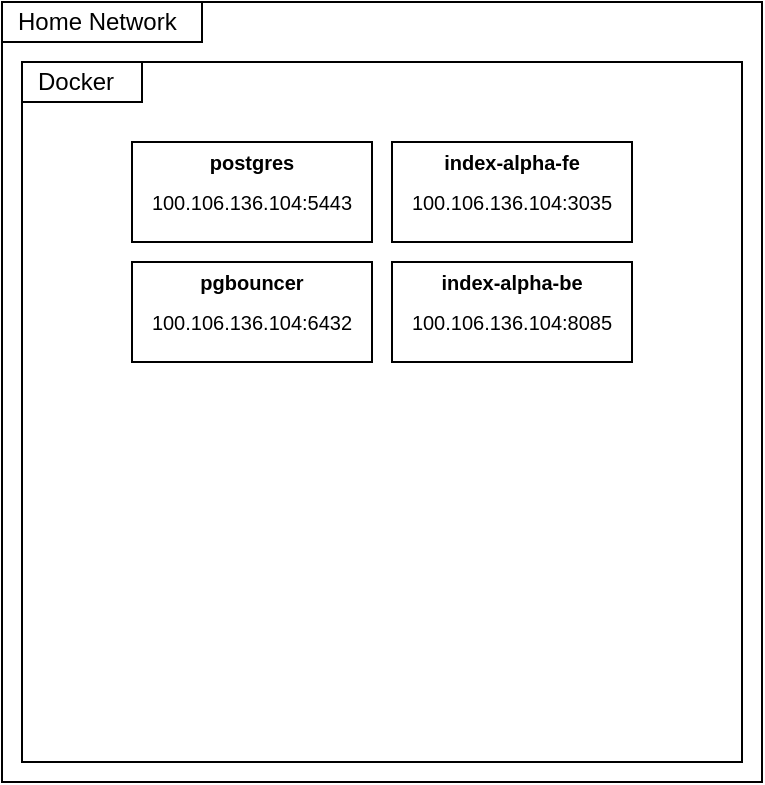
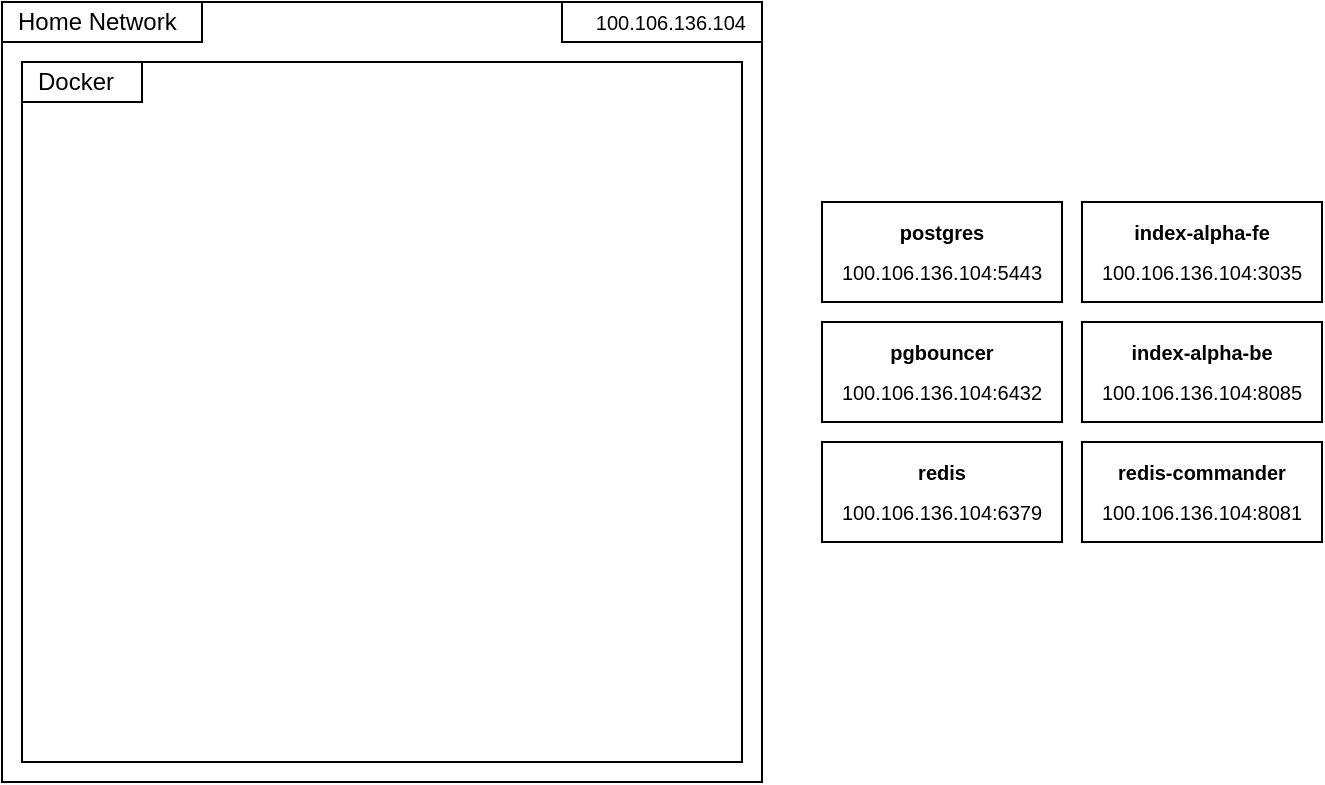
<mxfile host="app.diagrams.net">
  <diagram name="Page-1" id="EqAcxWxWpPEczBTcAObV">
-     <mxGraphModel dx="785" dy="416" grid="1" gridSize="10" guides="1" tooltips="1" connect="1" arrows="1" fold="1" page="1" pageScale="1" pageWidth="850" pageHeight="1100" math="0" shadow="0">
+     <mxGraphModel dx="947" dy="502" grid="1" gridSize="10" guides="1" tooltips="1" connect="1" arrows="1" fold="1" page="1" pageScale="1" pageWidth="850" pageHeight="1100" math="0" shadow="0">
      <root>
        <mxCell id="0" />
        <mxCell id="1" parent="0" />
        <mxCell id="tyjjsNKJ7kBHK_1WbMmb-1" parent="1" style="rounded=0;whiteSpace=wrap;html=1;" value="" vertex="1">
          <mxGeometry height="390" width="380" x="50" y="60" as="geometry" />
        </mxCell>
        <mxCell id="tyjjsNKJ7kBHK_1WbMmb-18" parent="1" style="rounded=0;whiteSpace=wrap;html=1;" value="" vertex="1">
          <mxGeometry height="350" width="360" x="60" y="90" as="geometry" />
        </mxCell>
        <mxCell id="tyjjsNKJ7kBHK_1WbMmb-3" parent="1" style="rounded=0;whiteSpace=wrap;html=1;" value="" vertex="1">
          <mxGeometry height="20" width="100" x="50" y="60" as="geometry" />
        </mxCell>
        <mxCell id="tyjjsNKJ7kBHK_1WbMmb-2" parent="1" style="text;html=1;whiteSpace=wrap;strokeColor=none;fillColor=none;align=left;verticalAlign=middle;rounded=0;spacingLeft=6;" value="Home Network" vertex="1">
          <mxGeometry height="20" width="100" x="50" y="60" as="geometry" />
        </mxCell>
        <mxCell id="tyjjsNKJ7kBHK_1WbMmb-5" parent="1" style="rounded=0;whiteSpace=wrap;html=1;" value="" vertex="1">
-           <mxGeometry height="50" width="120" x="115" y="130" as="geometry" />
+           <mxGeometry height="50" width="120" x="460" y="160" as="geometry" />
        </mxCell>
        <mxCell id="tyjjsNKJ7kBHK_1WbMmb-6" parent="1" style="text;html=1;whiteSpace=wrap;strokeColor=none;fillColor=none;align=center;verticalAlign=middle;rounded=0;fontStyle=1" value="&lt;font style=&quot;font-size: 10px;&quot;&gt;postgres&lt;/font&gt;" vertex="1">
-           <mxGeometry height="20" width="120" x="115" y="130" as="geometry" />
+           <mxGeometry height="20" width="120" x="460" y="165" as="geometry" />
        </mxCell>
        <mxCell id="tyjjsNKJ7kBHK_1WbMmb-7" parent="1" style="text;html=1;whiteSpace=wrap;strokeColor=none;fillColor=none;align=center;verticalAlign=middle;rounded=0;" value="&lt;font style=&quot;font-size: 10px;&quot;&gt;100.106.136.104:5443&lt;/font&gt;" vertex="1">
-           <mxGeometry height="20" width="120" x="115" y="150" as="geometry" />
+           <mxGeometry height="20" width="120" x="460" y="185" as="geometry" />
        </mxCell>
        <mxCell id="tyjjsNKJ7kBHK_1WbMmb-9" parent="1" style="rounded=0;whiteSpace=wrap;html=1;" value="" vertex="1">
-           <mxGeometry height="50" width="120" x="115" y="190" as="geometry" />
+           <mxGeometry height="50" width="120" x="460" y="220" as="geometry" />
        </mxCell>
        <mxCell id="tyjjsNKJ7kBHK_1WbMmb-10" parent="1" style="text;html=1;whiteSpace=wrap;strokeColor=none;fillColor=none;align=center;verticalAlign=middle;rounded=0;fontStyle=1" value="&lt;font style=&quot;font-size: 10px;&quot;&gt;pgbouncer&lt;/font&gt;" vertex="1">
-           <mxGeometry height="20" width="120" x="115" y="190" as="geometry" />
+           <mxGeometry height="20" width="120" x="460" y="225" as="geometry" />
        </mxCell>
        <mxCell id="tyjjsNKJ7kBHK_1WbMmb-11" parent="1" style="text;html=1;whiteSpace=wrap;strokeColor=none;fillColor=none;align=center;verticalAlign=middle;rounded=0;" value="&lt;font style=&quot;font-size: 10px;&quot;&gt;100.106.136.104:6432&lt;/font&gt;" vertex="1">
-           <mxGeometry height="20" width="120" x="115" y="210" as="geometry" />
+           <mxGeometry height="20" width="120" x="460" y="245" as="geometry" />
        </mxCell>
        <mxCell id="tyjjsNKJ7kBHK_1WbMmb-12" parent="1" style="rounded=0;whiteSpace=wrap;html=1;" value="" vertex="1">
-           <mxGeometry height="50" width="120" x="245" y="130" as="geometry" />
+           <mxGeometry height="50" width="120" x="590" y="160" as="geometry" />
        </mxCell>
        <mxCell id="tyjjsNKJ7kBHK_1WbMmb-13" parent="1" style="text;html=1;whiteSpace=wrap;strokeColor=none;fillColor=none;align=center;verticalAlign=middle;rounded=0;fontStyle=1" value="&lt;div&gt;&lt;span style=&quot;font-size: 10px;&quot;&gt;index-alpha-fe&lt;/span&gt;&lt;/div&gt;" vertex="1">
-           <mxGeometry height="20" width="120" x="245" y="130" as="geometry" />
+           <mxGeometry height="20" width="120" x="590" y="165" as="geometry" />
        </mxCell>
        <mxCell id="tyjjsNKJ7kBHK_1WbMmb-14" parent="1" style="text;html=1;whiteSpace=wrap;strokeColor=none;fillColor=none;align=center;verticalAlign=middle;rounded=0;" value="&lt;font style=&quot;font-size: 10px;&quot;&gt;100.106.136.104:3035&lt;/font&gt;" vertex="1">
-           <mxGeometry height="20" width="120" x="245" y="150" as="geometry" />
+           <mxGeometry height="20" width="120" x="590" y="185" as="geometry" />
        </mxCell>
        <mxCell id="tyjjsNKJ7kBHK_1WbMmb-15" parent="1" style="rounded=0;whiteSpace=wrap;html=1;" value="" vertex="1">
-           <mxGeometry height="50" width="120" x="245" y="190" as="geometry" />
+           <mxGeometry height="50" width="120" x="590" y="220" as="geometry" />
        </mxCell>
        <mxCell id="tyjjsNKJ7kBHK_1WbMmb-16" parent="1" style="text;html=1;whiteSpace=wrap;strokeColor=none;fillColor=none;align=center;verticalAlign=middle;rounded=0;fontStyle=1" value="&lt;div&gt;&lt;span style=&quot;font-size: 10px;&quot;&gt;index-alpha-be&lt;/span&gt;&lt;/div&gt;" vertex="1">
-           <mxGeometry height="20" width="120" x="245" y="190" as="geometry" />
+           <mxGeometry height="20" width="120" x="590" y="225" as="geometry" />
        </mxCell>
        <mxCell id="tyjjsNKJ7kBHK_1WbMmb-17" parent="1" style="text;html=1;whiteSpace=wrap;strokeColor=none;fillColor=none;align=center;verticalAlign=middle;rounded=0;" value="&lt;font style=&quot;font-size: 10px;&quot;&gt;100.106.136.104:8085&lt;/font&gt;" vertex="1">
-           <mxGeometry height="20" width="120" x="245" y="210" as="geometry" />
+           <mxGeometry height="20" width="120" x="590" y="245" as="geometry" />
        </mxCell>
        <mxCell id="tyjjsNKJ7kBHK_1WbMmb-19" parent="1" style="rounded=0;whiteSpace=wrap;html=1;" value="" vertex="1">
          <mxGeometry height="20" width="60" x="60" y="90" as="geometry" />
        </mxCell>
        <mxCell id="tyjjsNKJ7kBHK_1WbMmb-20" parent="1" style="text;html=1;whiteSpace=wrap;strokeColor=none;fillColor=none;align=left;verticalAlign=middle;rounded=0;spacingLeft=6;" value="Docker" vertex="1">
-           <mxGeometry height="20" width="60" x="60" y="90" as="geometry" />
+           <mxGeometry height="20" width="50" x="60" y="90" as="geometry" />
+         </mxCell>
+         <mxCell id="tyjjsNKJ7kBHK_1WbMmb-21" parent="1" style="rounded=0;whiteSpace=wrap;html=1;" value="" vertex="1">
+           <mxGeometry height="50" width="120" x="460" y="280" as="geometry" />
+         </mxCell>
+         <mxCell id="tyjjsNKJ7kBHK_1WbMmb-22" parent="1" style="text;html=1;whiteSpace=wrap;strokeColor=none;fillColor=none;align=center;verticalAlign=middle;rounded=0;fontStyle=1" value="&lt;font style=&quot;font-size: 10px;&quot;&gt;redis&lt;/font&gt;" vertex="1">
+           <mxGeometry height="20" width="120" x="460" y="285" as="geometry" />
+         </mxCell>
+         <mxCell id="tyjjsNKJ7kBHK_1WbMmb-23" parent="1" style="text;html=1;whiteSpace=wrap;strokeColor=none;fillColor=none;align=center;verticalAlign=middle;rounded=0;" value="&lt;font style=&quot;font-size: 10px;&quot;&gt;100.106.136.104:6379&lt;/font&gt;" vertex="1">
+           <mxGeometry height="20" width="120" x="460" y="305" as="geometry" />
+         </mxCell>
+         <mxCell id="tyjjsNKJ7kBHK_1WbMmb-24" parent="1" style="rounded=0;whiteSpace=wrap;html=1;" value="" vertex="1">
+           <mxGeometry height="50" width="120" x="590" y="280" as="geometry" />
+         </mxCell>
+         <mxCell id="tyjjsNKJ7kBHK_1WbMmb-25" parent="1" style="text;html=1;whiteSpace=wrap;strokeColor=none;fillColor=none;align=center;verticalAlign=middle;rounded=0;fontStyle=1" value="&lt;div&gt;&lt;span style=&quot;font-size: 10px;&quot;&gt;redis-commander&lt;/span&gt;&lt;/div&gt;" vertex="1">
+           <mxGeometry height="20" width="120" x="590" y="285" as="geometry" />
+         </mxCell>
+         <mxCell id="tyjjsNKJ7kBHK_1WbMmb-26" parent="1" style="text;html=1;whiteSpace=wrap;strokeColor=none;fillColor=none;align=center;verticalAlign=middle;rounded=0;" value="&lt;font style=&quot;font-size: 10px;&quot;&gt;100.106.136.104:8081&lt;/font&gt;" vertex="1">
+           <mxGeometry height="20" width="120" x="590" y="305" as="geometry" />
+         </mxCell>
+         <mxCell id="tyjjsNKJ7kBHK_1WbMmb-28" parent="1" style="rounded=0;whiteSpace=wrap;html=1;align=right;" value="" vertex="1">
+           <mxGeometry height="20" width="100" x="330" y="60" as="geometry" />
+         </mxCell>
+         <mxCell id="tyjjsNKJ7kBHK_1WbMmb-29" parent="1" style="text;html=1;whiteSpace=wrap;strokeColor=none;fillColor=none;align=right;verticalAlign=middle;rounded=0;spacingLeft=6;spacingRight=6;" value="&lt;span style=&quot;font-size: 10px; text-align: center;&quot;&gt;100.106.136.104&lt;/span&gt;" vertex="1">
+           <mxGeometry height="20" width="100" x="330" y="60" as="geometry" />
        </mxCell>
      </root>
    </mxGraphModel>
  </diagram>
</mxfile>
